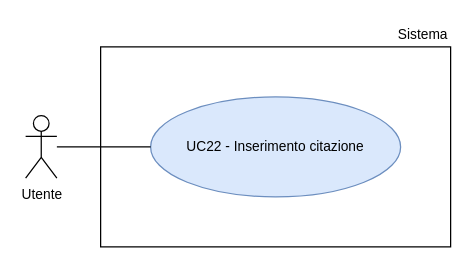
Earlier version of the draw.io diagram RTB/doc_esterna/analisi-dei-requisiti/assets/draw.io/UC22.drawio (thebitless-group-swe/thebitless.github.io). Source tidied: cells renumbered, new cells numbered last; positions are measured from the earlier drawing's top-left corner, leaving out a move shared by most shapes. Both pictures are drawn from the tidied source at 125%, with x=0, y=0 at pixel (25, 21).
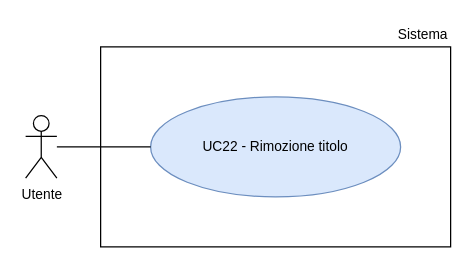
Above is the later version.

The edit, as a diff of the source:
```diff
@@
 <mxGraphModel>
   <root>
     <mxCell id="0" />
     <mxCell id="1" parent="0" />
     <mxCell id="2" value="Utente" style="shape=umlActor;verticalLabelPosition=bottom;verticalAlign=top;html=1;outlineConnect=0;fontSize=11;" parent="1" vertex="1">
       <mxGeometry y="75" width="25" height="50" as="geometry" />
     </mxCell>
     <mxCell id="3" style="rounded=0;whiteSpace=wrap;html=1;strokeWidth=1;" parent="1" vertex="1">
       <mxGeometry x="60" y="20" width="280" height="160" as="geometry" />
     </mxCell>
     <mxCell id="4" value="Sistema" style="text;html=1;whiteSpace=wrap;strokeColor=none;fillColor=none;align=right;verticalAlign=middle;fontSize=11;" parent="1" vertex="1">
       <mxGeometry x="270" width="70" height="20" as="geometry" />
     </mxCell>
-    <mxCell id="5" value="UC22 - Inserimento citazione" style="ellipse;whiteSpace=wrap;html=1;fillColor=#dae8fc;strokeColor=#6c8ebf;fontSize=11;" parent="1" vertex="1">
+    <mxCell id="5" value="UC22 - Rimozione titolo" style="ellipse;whiteSpace=wrap;html=1;fillColor=#dae8fc;strokeColor=#6c8ebf;fontSize=11;" parent="1" vertex="1">
       <mxGeometry x="100" y="60" width="200" height="80" as="geometry" />
     </mxCell>
     <mxCell id="6" style="edgeStyle=none;rounded=0;jettySize=auto;html=1;endArrow=none;endFill=0;" parent="1" edge="1" source="2" target="5">
       <mxGeometry relative="1" as="geometry" />
     </mxCell>
   </root>
 </mxGraphModel>
```
